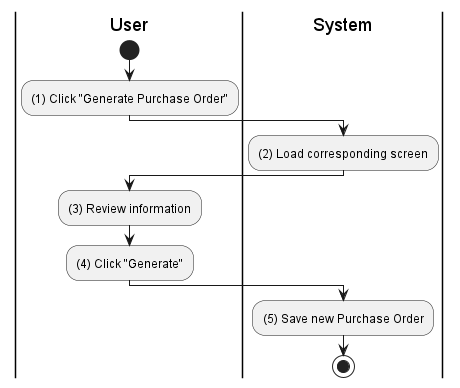
phihungha/scmss-reqs keeps this PlantUML diagram as activities/purchase-order-create.png. Above is the earlier version.
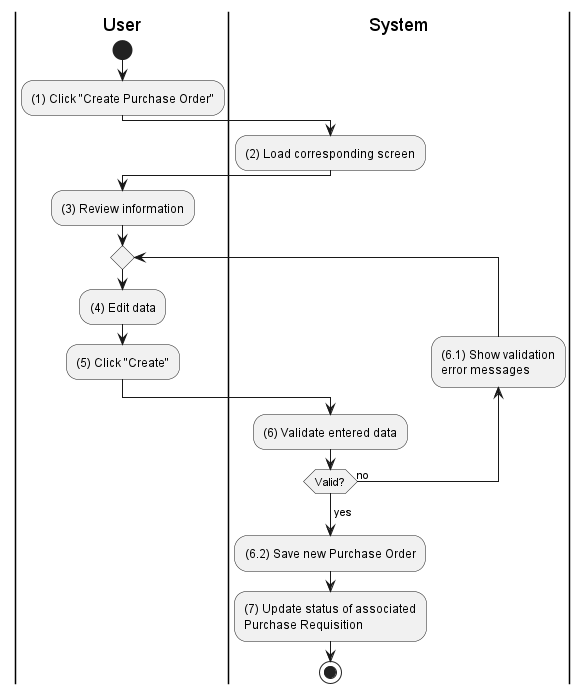
The same diagram one commit later.

The edit, as a diff of the source:
```diff
@@ -4,16 +4,24 @@
 
 |u|
 start
-:(1) Click "Generate Purchase Order";
+:(1) Click "Create Purchase Order";
 
 |s|
 :(2) Load corresponding screen;
 
 |u|
 :(3) Review information;
-:(4) Click "Generate";
+repeat
+    :(4) Edit data;
+    :(5) Click "Create";
 
-|s|
-:(5) Save new Purchase Order;
+    |s|
+    :(6) Validate entered data;
+    backward:(6.1) Show validation
+    error messages;
+repeat while (Valid?) is (no)
+->yes;
+:(6.2) Save new Purchase Order;
+:(7) Update status of associated\nPurchase Requisition;
 stop
 @enduml
```
